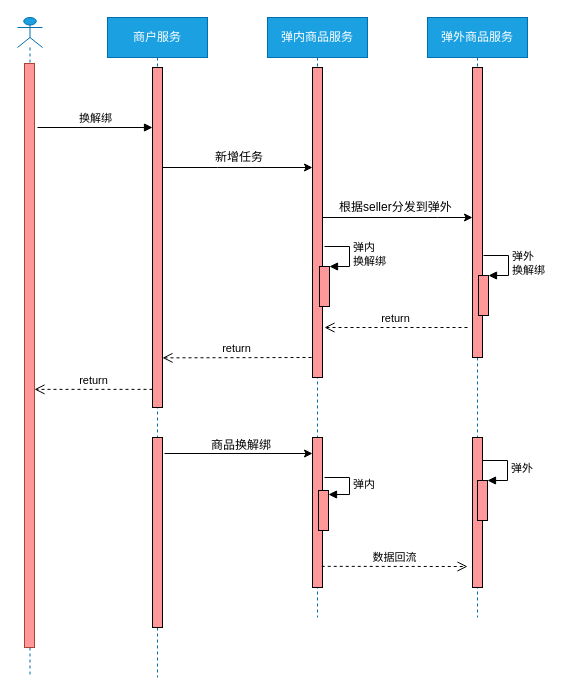
Before: commodity/弹内换解绑.drawio in zhugaozi/drawIo, a draw.io diagram. Source tidied: cells renumbered, new cells numbered last; positions are measured from the earlier drawing's top-left corner, leaving out a move shared by most shapes. Both pictures are drawn from the tidied source at 100%, with x=0, y=0 at pixel (17, 17).
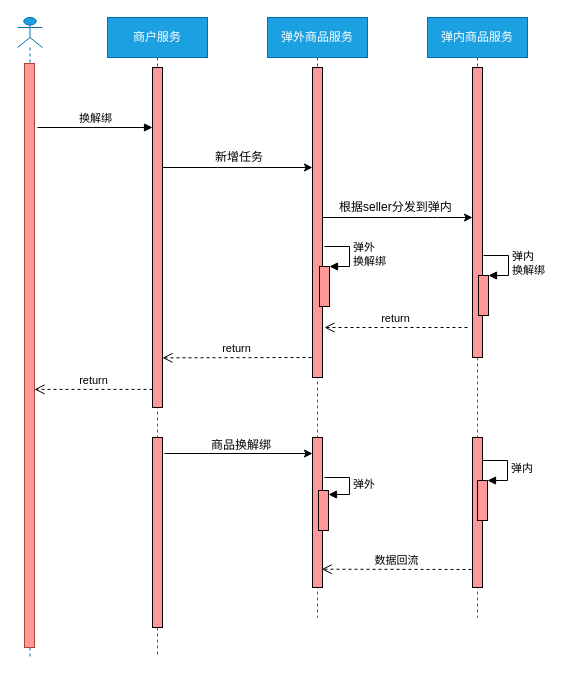
Above is the later version.

Commit message:
Update 弹内换解绑.drawio

The change refers to these unchanged cells:
```xml
<mxCell id="9" style="html=1;points=[];perimeter=orthogonalPerimeter;align=center;fillColor=#FF9999;" parent="7" vertex="1">
  <mxGeometry x="52" y="249" width="10" height="40" as="geometry" />
</mxCell>
<mxCell id="11" style="html=1;points=[];perimeter=orthogonalPerimeter;align=center;fillColor=#FF9999;" parent="7" vertex="1">
  <mxGeometry x="45" y="420" width="10" height="150" as="geometry" />
</mxCell>
<mxCell id="16" style="html=1;points=[];perimeter=orthogonalPerimeter;align=center;fillColor=#FF9999;" parent="14" vertex="1">
  <mxGeometry x="51" y="258" width="10" height="40" as="geometry" />
</mxCell>
<mxCell id="19" style="html=1;points=[];perimeter=orthogonalPerimeter;align=center;fillColor=#FF9999;" parent="14" vertex="1">
  <mxGeometry x="50" y="463" width="10" height="40" as="geometry" />
</mxCell>
```

What changed in the source:
```diff
@@
     <mxCell id="2" style="shape=umlLifeline;participant=umlActor;perimeter=lifelinePerimeter;whiteSpace=wrap;html=1;verticalAlign=top;spacingTop=36;labelBackgroundColor=#ffffff;size=30;fillColor=#1ba1e2;strokeColor=#006EAF;fontColor=#ffffff;align=center;" parent="1" vertex="1">
-      <mxGeometry width="25" height="660" as="geometry" />
+      <mxGeometry width="25" height="640" as="geometry" />
     </mxCell>
@@
     <mxCell id="4" value="商户服务" style="shape=umlLifeline;perimeter=lifelinePerimeter;whiteSpace=wrap;html=1;fillColor=#1ba1e2;strokeColor=#006EAF;fontColor=#ffffff;align=center;" parent="1" vertex="1">
-      <mxGeometry x="90" width="100" height="660" as="geometry" />
+      <mxGeometry x="90" width="100" height="640" as="geometry" />
     </mxCell>
@@
-    <mxCell id="7" value="弹内商品服务" style="shape=umlLifeline;perimeter=lifelinePerimeter;whiteSpace=wrap;html=1;fillColor=#1ba1e2;strokeColor=#006EAF;fontColor=#ffffff;align=center;" parent="1" vertex="1">
+    <mxCell id="7" value="弹外商品服务" style="shape=umlLifeline;perimeter=lifelinePerimeter;whiteSpace=wrap;html=1;fillColor=#1ba1e2;strokeColor=#006EAF;fontColor=#ffffff;align=center;" parent="1" vertex="1">
       <mxGeometry x="250" width="100" height="600" as="geometry" />
     </mxCell>
@@
-    <mxCell id="10" value="弹内&lt;br&gt;换解绑" style="edgeStyle=orthogonalEdgeStyle;html=1;align=left;spacingLeft=2;endArrow=block;rounded=0;entryX=1;entryY=0;" parent="7" edge="1" target="9">
+    <mxCell id="10" value="弹外&lt;br&gt;换解绑" style="edgeStyle=orthogonalEdgeStyle;html=1;align=left;spacingLeft=2;endArrow=block;rounded=0;entryX=1;entryY=0;" parent="7" edge="1" target="9">
       <mxGeometry relative="1" as="geometry">
         <mxPoint x="57" y="229" as="sourcePoint" />
         <Array as="points">
           <mxPoint x="82" y="229" />
         </Array>
       </mxGeometry>
     </mxCell>
@@
-    <mxCell id="13" value="弹内" style="edgeStyle=orthogonalEdgeStyle;html=1;align=left;spacingLeft=2;endArrow=block;rounded=0;entryX=1;entryY=0;" parent="7" edge="1">
+    <mxCell id="13" value="弹外" style="edgeStyle=orthogonalEdgeStyle;html=1;align=left;spacingLeft=2;endArrow=block;rounded=0;entryX=1;entryY=0;" parent="7" edge="1">
       <mxGeometry relative="1" as="geometry">
         <mxPoint x="57" y="460" as="sourcePoint" />
         <mxPoint x="61" y="477" as="targetPoint" />
         <Array as="points">
           <mxPoint x="82" y="460" />
         </Array>
       </mxGeometry>
     </mxCell>
-    <mxCell id="14" value="弹外商品服务" style="shape=umlLifeline;perimeter=lifelinePerimeter;whiteSpace=wrap;html=1;fillColor=#1ba1e2;strokeColor=#006EAF;fontColor=#ffffff;align=center;" parent="1" vertex="1">
+    <mxCell id="14" value="弹内商品服务" style="shape=umlLifeline;perimeter=lifelinePerimeter;whiteSpace=wrap;html=1;fillColor=#1ba1e2;strokeColor=#006EAF;fontColor=#ffffff;align=center;" parent="1" vertex="1">
       <mxGeometry x="410" width="100" height="600" as="geometry" />
     </mxCell>
@@
-    <mxCell id="17" value="弹外&lt;br&gt;换解绑" style="edgeStyle=orthogonalEdgeStyle;html=1;align=left;spacingLeft=2;endArrow=block;rounded=0;entryX=1;entryY=0;" parent="14" edge="1" target="16">
+    <mxCell id="17" value="弹内&lt;br&gt;换解绑" style="edgeStyle=orthogonalEdgeStyle;html=1;align=left;spacingLeft=2;endArrow=block;rounded=0;entryX=1;entryY=0;" parent="14" edge="1" target="16">
       <mxGeometry relative="1" as="geometry">
         <mxPoint x="56" y="238" as="sourcePoint" />
         <Array as="points">
           <mxPoint x="81" y="238" />
         </Array>
       </mxGeometry>
     </mxCell>
@@
-    <mxCell id="20" value="弹外" style="edgeStyle=orthogonalEdgeStyle;html=1;align=left;spacingLeft=2;endArrow=block;rounded=0;entryX=1;entryY=0;" parent="14" edge="1" target="19">
+    <mxCell id="20" value="弹内" style="edgeStyle=orthogonalEdgeStyle;html=1;align=left;spacingLeft=2;endArrow=block;rounded=0;entryX=1;entryY=0;" parent="14" edge="1" target="19">
       <mxGeometry relative="1" as="geometry">
         <mxPoint x="55" y="443" as="sourcePoint" />
         <Array as="points">
           <mxPoint x="80" y="443" />
         </Array>
       </mxGeometry>
     </mxCell>
@@
-    <mxCell id="25" value="根据seller分发到弹外" style="text;html=1;align=left;verticalAlign=top;spacingTop=-4;" parent="1" vertex="1">
+    <mxCell id="25" value="根据seller分发到弹内" style="text;html=1;align=left;verticalAlign=top;spacingTop=-4;" parent="1" vertex="1">
       <mxGeometry x="320" y="180" width="140" height="10" as="geometry" />
     </mxCell>
@@
-    <mxCell id="31" value="数据回流" style="html=1;verticalAlign=bottom;endArrow=open;dashed=1;endSize=8;align=center;exitX=0.922;exitY=0.859;exitDx=0;exitDy=0;exitPerimeter=0;" parent="1" edge="1" source="11">
+    <mxCell id="31" value="数据回流" style="html=1;verticalAlign=bottom;endArrow=open;dashed=1;endSize=8;align=center;entryX=0.922;entryY=0.878;entryDx=0;entryDy=0;entryPerimeter=0;" parent="1" edge="1" target="11">
       <mxGeometry relative="1" as="geometry">
-        <mxPoint x="450" y="549" as="targetPoint" />
+        <mxPoint x="454" y="552" as="sourcePoint" />
       </mxGeometry>
     </mxCell>
```
